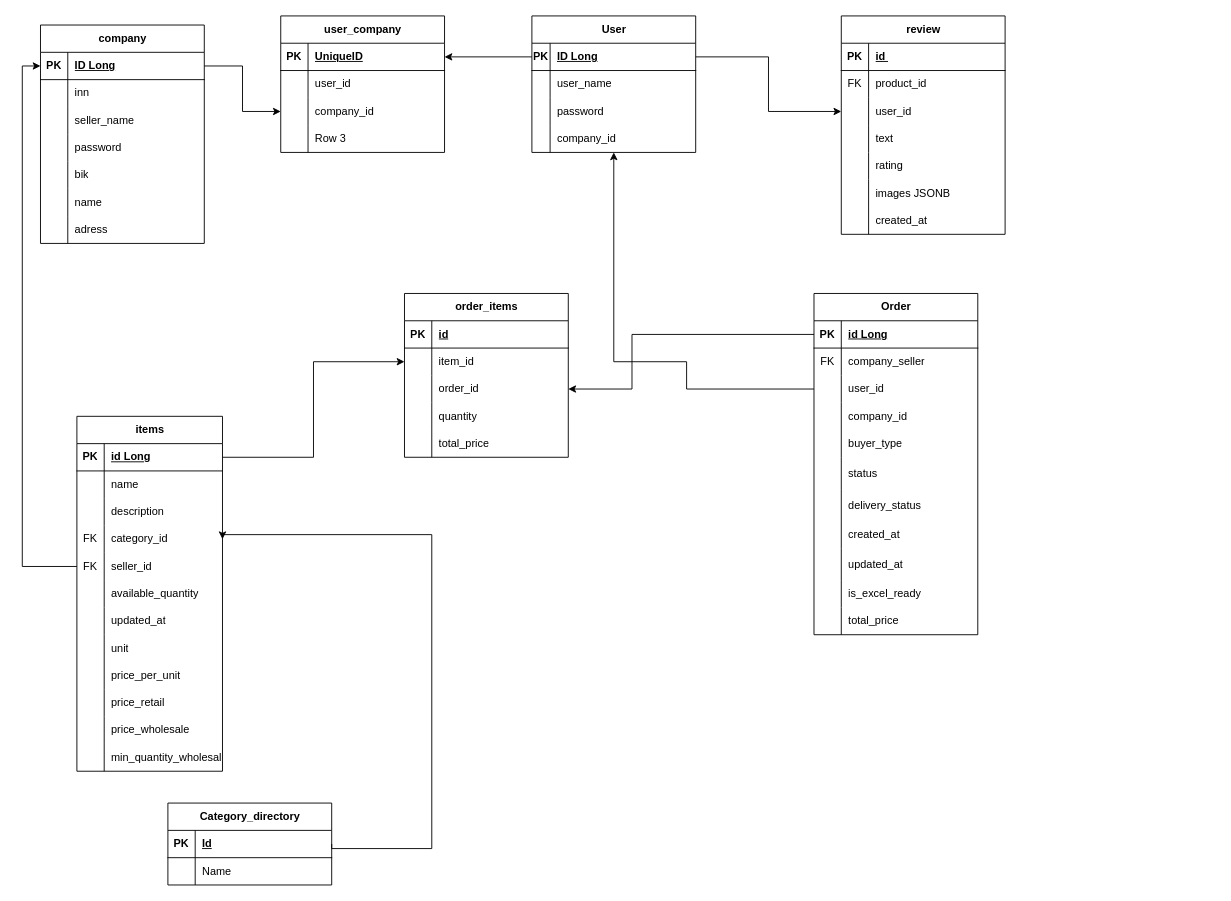
diploma-rabota/other keeps this draw.io diagram as БД.drawio. Above is the earlier version. Source tidied: cells renumbered, new cells numbered last; positions are measured from the earlier drawing's top-left corner, leaving out a move shared by most shapes. Both pictures are drawn from the tidied source at 91%, with x=0, y=0 at pixel (40, 15).
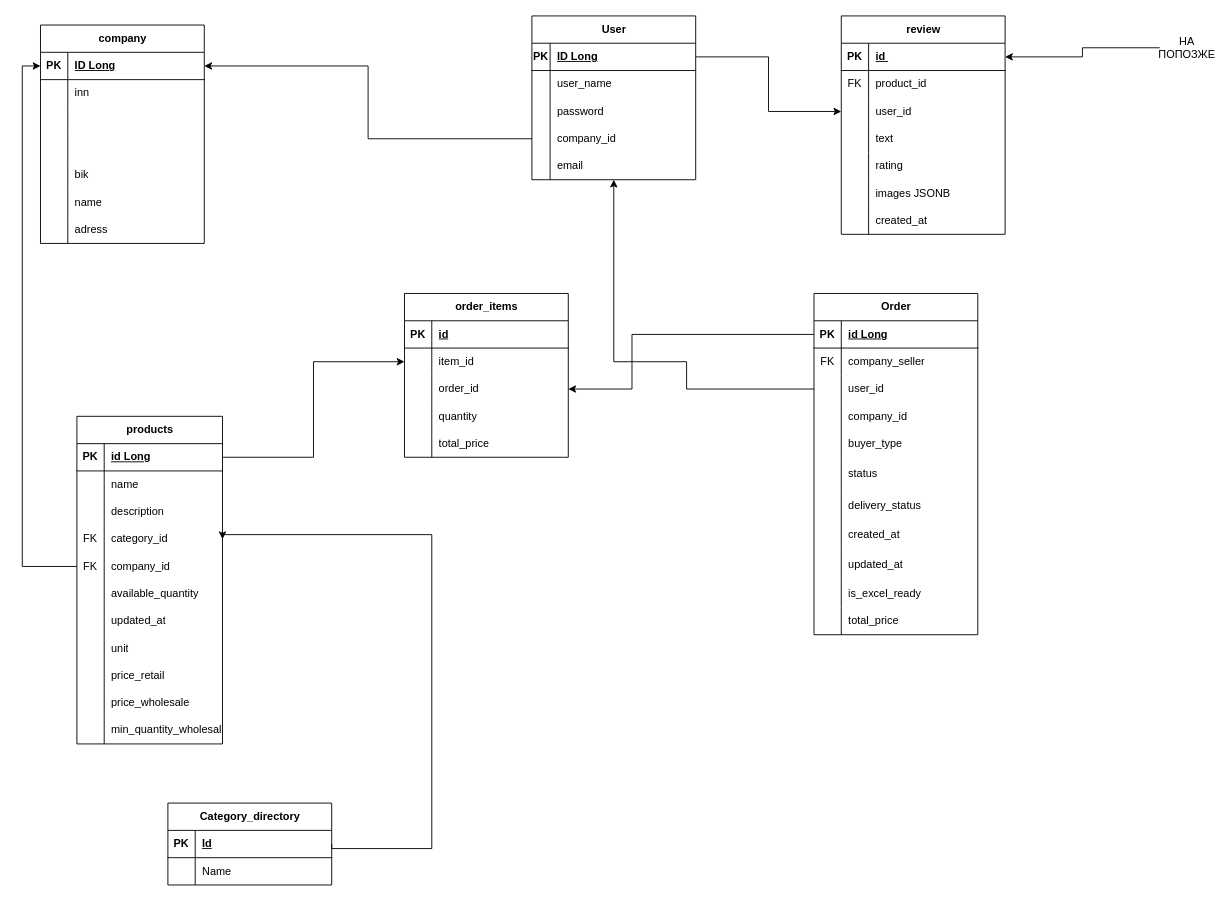
After the change.

The change refers to these unchanged cells:
```xml
<mxCell id="3" style="shape=tableRow;horizontal=0;startSize=0;swimlaneHead=0;swimlaneBody=0;fillColor=none;points=[[0,0.5],[1,0.5]];portConstraint=eastwest;top=0;left=0;right=0;bottom=1;" parent="2" vertex="1">
  <mxGeometry y="30" width="180" height="30" as="geometry" />
</mxCell>
<mxCell id="9" style="shape=tableRow;horizontal=0;startSize=0;swimlaneHead=0;swimlaneBody=0;fillColor=none;top=0;left=0;right=0;bottom=0;" parent="2" vertex="1">
  <mxGeometry y="90" width="180" height="30" as="geometry" />
</mxCell>
<mxCell id="12" style="shape=tableRow;horizontal=0;startSize=0;swimlaneHead=0;swimlaneBody=0;fillColor=none;top=0;left=0;right=0;bottom=0;" parent="2" vertex="1">
  <mxGeometry y="120" width="180" height="30" as="geometry" />
</mxCell>
<mxCell id="31" style="shape=tableRow;horizontal=0;startSize=0;swimlaneHead=0;swimlaneBody=0;fillColor=none;points=[[0,0.5],[1,0.5]];portConstraint=eastwest;top=0;left=0;right=0;bottom=0;" parent="24" vertex="1">
  <mxGeometry y="90" width="180" height="30" as="geometry" />
</mxCell>
<mxCell id="85" style="shape=tableRow;horizontal=0;startSize=0;swimlaneHead=0;swimlaneBody=0;fillColor=none;points=[[0,0.5],[1,0.5]];portConstraint=eastwest;top=0;left=0;right=0;bottom=1;" parent="84" vertex="1">
  <mxGeometry y="30" width="180" height="30" as="geometry" />
</mxCell>
<mxCell id="94" style="shape=tableRow;horizontal=0;startSize=0;swimlaneHead=0;swimlaneBody=0;fillColor=none;points=[[0,0.5],[1,0.5]];portConstraint=eastwest;top=0;left=0;right=0;bottom=0;" parent="84" vertex="1">
  <mxGeometry y="120" width="180" height="30" as="geometry" />
</mxCell>
<mxCell id="98" style="shape=tableRow;horizontal=0;startSize=0;swimlaneHead=0;swimlaneBody=0;fillColor=none;points=[[0,0.5],[1,0.5]];portConstraint=eastwest;top=0;left=0;right=0;bottom=1;" parent="97" vertex="1">
  <mxGeometry y="30" width="180" height="30" as="geometry" />
</mxCell>
<mxCell id="150" style="shape=tableRow;horizontal=0;startSize=0;swimlaneHead=0;swimlaneBody=0;fillColor=none;points=[[0,0.5],[1,0.5]];portConstraint=eastwest;top=0;left=0;right=0;bottom=0;" parent="137" vertex="1">
  <mxGeometry y="150" width="160" height="30" as="geometry" />
</mxCell>
```

The edit, as a diff of the source:
```diff
@@
-    <mxCell id="11" value="seller_name" style="shape=partialRectangle;fillColor=none;top=0;left=0;bottom=0;right=0;align=left;spacingLeft=6;overflow=hidden;whiteSpace=wrap;html=1;" parent="9" vertex="1">
+    <mxCell id="11" style="shape=partialRectangle;fillColor=none;top=0;left=0;bottom=0;right=0;align=left;spacingLeft=6;overflow=hidden;whiteSpace=wrap;html=1;" parent="9" vertex="1">
       <mxGeometry x="30" width="150" height="30" as="geometry" />
     </mxCell>
@@
-    <mxCell id="14" value="password" style="shape=partialRectangle;fillColor=none;top=0;left=0;bottom=0;right=0;align=left;spacingLeft=6;overflow=hidden;whiteSpace=wrap;html=1;" parent="12" vertex="1">
+    <mxCell id="14" style="shape=partialRectangle;fillColor=none;top=0;left=0;bottom=0;right=0;align=left;spacingLeft=6;overflow=hidden;whiteSpace=wrap;html=1;" parent="12" vertex="1">
       <mxGeometry x="30" width="150" height="30" as="geometry" />
     </mxCell>
@@
     <mxCell id="84" value="User" style="shape=table;startSize=30;childLayout=tableLayout;rowLines=0;fontStyle=1;align=center;html=1;" parent="1" vertex="1">
-      <mxGeometry x="540" width="180" height="150" as="geometry" />
+      <mxGeometry x="540" width="180" height="180" as="geometry" />
     </mxCell>
@@
+    <mxCell id="174" style="shape=tableRow;horizontal=0;startSize=0;swimlaneHead=0;swimlaneBody=0;fillColor=none;top=0;left=0;right=0;bottom=0;" parent="84" vertex="1">
+      <mxGeometry y="150" width="180" height="30" as="geometry" />
+    </mxCell>
+    <mxCell id="175" style="shape=partialRectangle;fillColor=none;top=0;left=0;bottom=0;right=0;overflow=hidden;whiteSpace=wrap;html=1;" parent="174" vertex="1">
+      <mxGeometry width="20" height="30" as="geometry" />
+    </mxCell>
+    <mxCell id="176" value="email" style="shape=partialRectangle;fillColor=none;top=0;left=0;bottom=0;right=0;align=left;spacingLeft=6;overflow=hidden;whiteSpace=wrap;html=1;" parent="174" vertex="1">
+      <mxGeometry x="20" width="160" height="30" as="geometry" />
+    </mxCell>
@@
-    <mxCell id="120" value="user_company" style="shape=table;startSize=30;childLayout=tableLayout;rowLines=0;fontStyle=1;align=center;html=1;" parent="1" vertex="1">
-      <mxGeometry x="264" width="180" height="150" as="geometry" />
-    </mxCell>
-    <mxCell id="121" style="shape=tableRow;horizontal=0;startSize=0;swimlaneHead=0;swimlaneBody=0;fillColor=none;points=[[0,0.5],[1,0.5]];portConstraint=eastwest;top=0;left=0;right=0;bottom=1;" parent="120" vertex="1">
-      <mxGeometry y="30" width="180" height="30" as="geometry" />
-    </mxCell>
-    <mxCell id="122" value="PK" style="shape=partialRectangle;fillColor=none;top=0;left=0;bottom=0;right=0;fontStyle=1;overflow=hidden;whiteSpace=wrap;html=1;" parent="121" vertex="1">
-      <mxGeometry width="30" height="30" as="geometry" />
-    </mxCell>
-    <mxCell id="123" value="UniqueID" style="shape=partialRectangle;fillColor=none;top=0;left=0;bottom=0;right=0;align=left;spacingLeft=6;fontStyle=5;overflow=hidden;whiteSpace=wrap;html=1;" parent="121" vertex="1">
-      <mxGeometry x="30" width="150" height="30" as="geometry" />
-    </mxCell>
-    <mxCell id="124" style="shape=tableRow;horizontal=0;startSize=0;swimlaneHead=0;swimlaneBody=0;fillColor=none;top=0;left=0;right=0;bottom=0;" parent="120" vertex="1">
-      <mxGeometry y="60" width="180" height="30" as="geometry" />
-    </mxCell>
-    <mxCell id="125" style="shape=partialRectangle;fillColor=none;top=0;left=0;bottom=0;right=0;overflow=hidden;whiteSpace=wrap;html=1;" parent="124" vertex="1">
-      <mxGeometry width="30" height="30" as="geometry" />
-    </mxCell>
-    <mxCell id="126" value="user_id" style="shape=partialRectangle;fillColor=none;top=0;left=0;bottom=0;right=0;align=left;spacingLeft=6;overflow=hidden;whiteSpace=wrap;html=1;" parent="124" vertex="1">
-      <mxGeometry x="30" width="150" height="30" as="geometry" />
-    </mxCell>
-    <mxCell id="127" style="shape=tableRow;horizontal=0;startSize=0;swimlaneHead=0;swimlaneBody=0;fillColor=none;points=[[0,0.5],[1,0.5]];portConstraint=eastwest;top=0;left=0;right=0;bottom=0;" parent="120" vertex="1">
-      <mxGeometry y="90" width="180" height="30" as="geometry" />
-    </mxCell>
-    <mxCell id="128" style="shape=partialRectangle;fillColor=none;top=0;left=0;bottom=0;right=0;overflow=hidden;whiteSpace=wrap;html=1;" parent="127" vertex="1">
-      <mxGeometry width="30" height="30" as="geometry" />
-    </mxCell>
-    <mxCell id="129" value="company_id" style="shape=partialRectangle;fillColor=none;top=0;left=0;bottom=0;right=0;align=left;spacingLeft=6;overflow=hidden;whiteSpace=wrap;html=1;" parent="127" vertex="1">
-      <mxGeometry x="30" width="150" height="30" as="geometry" />
-    </mxCell>
-    <mxCell id="130" style="shape=tableRow;horizontal=0;startSize=0;swimlaneHead=0;swimlaneBody=0;fillColor=none;top=0;left=0;right=0;bottom=0;" parent="120" vertex="1">
-      <mxGeometry y="120" width="180" height="30" as="geometry" />
-    </mxCell>
-    <mxCell id="131" style="shape=partialRectangle;fillColor=none;top=0;left=0;bottom=0;right=0;overflow=hidden;whiteSpace=wrap;html=1;" parent="130" vertex="1">
-      <mxGeometry width="30" height="30" as="geometry" />
-    </mxCell>
-    <mxCell id="132" value="Row 3" style="shape=partialRectangle;fillColor=none;top=0;left=0;bottom=0;right=0;align=left;spacingLeft=6;overflow=hidden;whiteSpace=wrap;html=1;" parent="130" vertex="1">
-      <mxGeometry x="30" width="150" height="30" as="geometry" />
-    </mxCell>
-    <mxCell id="133" style="edgeStyle=orthogonalEdgeStyle;rounded=0;jettySize=auto;html=1;entryX=0;entryY=0.5;entryDx=0;entryDy=0;" parent="1" edge="1" source="3" target="127">
-      <mxGeometry relative="1" as="geometry" />
-    </mxCell>
-    <mxCell id="134" style="edgeStyle=orthogonalEdgeStyle;rounded=0;jettySize=auto;html=1;entryX=1;entryY=0.5;entryDx=0;entryDy=0;" parent="1" edge="1" source="85" target="121">
-      <mxGeometry relative="1" as="geometry" />
-    </mxCell>
-    <mxCell id="135" style="edgeStyle=orthogonalEdgeStyle;rounded=0;jettySize=auto;html=1;entryX=0.5;entryY=1;entryDx=0;entryDy=0;entryPerimeter=0;" parent="1" edge="1" source="31" target="94">
+    <mxCell id="135" style="edgeStyle=orthogonalEdgeStyle;rounded=0;jettySize=auto;html=1;" parent="1" edge="1" source="31">
       <mxGeometry relative="1" as="geometry">
+        <mxPoint x="630" y="180" as="targetPoint" />
         <Array as="points">
           <mxPoint x="710" y="410" />
           <mxPoint x="710" y="380" />
           <mxPoint x="630" y="380" />
         </Array>
       </mxGeometry>
     </mxCell>
@@
-    <mxCell id="137" value="items" style="shape=table;startSize=30;childLayout=tableLayout;rowLines=0;fontStyle=1;align=center;html=1;" parent="1" vertex="1">
-      <mxGeometry x="40" y="440" width="160" height="390" as="geometry" />
+    <mxCell id="137" value="products" style="shape=table;startSize=30;childLayout=tableLayout;rowLines=0;fontStyle=1;align=center;html=1;" parent="1" vertex="1">
+      <mxGeometry x="40" y="440" width="160" height="360" as="geometry" />
     </mxCell>
@@
-    <mxCell id="152" value="seller_id" style="shape=partialRectangle;fillColor=none;top=0;left=0;bottom=0;right=0;align=left;spacingLeft=6;overflow=hidden;whiteSpace=wrap;html=1;" parent="150" vertex="1">
+    <mxCell id="152" value="company_id" style="shape=partialRectangle;fillColor=none;top=0;left=0;bottom=0;right=0;align=left;spacingLeft=6;overflow=hidden;whiteSpace=wrap;html=1;" parent="150" vertex="1">
       <mxGeometry x="30" width="130" height="30" as="geometry" />
     </mxCell>
@@
-    <mxCell id="162" style="shape=tableRow;horizontal=0;startSize=0;swimlaneHead=0;swimlaneBody=0;fillColor=none;top=0;left=0;right=0;bottom=0;" parent="137" vertex="1">
-      <mxGeometry y="270" width="160" height="30" as="geometry" />
-    </mxCell>
-    <mxCell id="163" style="shape=partialRectangle;fillColor=none;top=0;left=0;bottom=0;right=0;overflow=hidden;whiteSpace=wrap;html=1;" parent="162" vertex="1">
-      <mxGeometry width="30" height="30" as="geometry" />
-    </mxCell>
-    <mxCell id="164" value="price_per_unit" style="shape=partialRectangle;fillColor=none;top=0;left=0;bottom=0;right=0;align=left;spacingLeft=6;overflow=hidden;whiteSpace=wrap;html=1;" parent="162" vertex="1">
-      <mxGeometry x="30" width="130" height="30" as="geometry" />
-    </mxCell>
     <mxCell id="165" style="shape=tableRow;horizontal=0;startSize=0;swimlaneHead=0;swimlaneBody=0;fillColor=none;top=0;left=0;right=0;bottom=0;" parent="137" vertex="1">
-      <mxGeometry y="300" width="160" height="30" as="geometry" />
+      <mxGeometry y="270" width="160" height="30" as="geometry" />
     </mxCell>
@@
     <mxCell id="168" style="shape=tableRow;horizontal=0;startSize=0;swimlaneHead=0;swimlaneBody=0;fillColor=none;top=0;left=0;right=0;bottom=0;" parent="137" vertex="1">
-      <mxGeometry y="330" width="160" height="30" as="geometry" />
+      <mxGeometry y="300" width="160" height="30" as="geometry" />
     </mxCell>
@@
     <mxCell id="171" style="shape=tableRow;horizontal=0;startSize=0;swimlaneHead=0;swimlaneBody=0;fillColor=none;top=0;left=0;right=0;bottom=0;" parent="137" vertex="1">
-      <mxGeometry y="360" width="160" height="30" as="geometry" />
+      <mxGeometry y="330" width="160" height="30" as="geometry" />
     </mxCell>
@@
+    <mxCell id="177" style="edgeStyle=orthogonalEdgeStyle;rounded=0;jettySize=auto;html=1;" parent="1" edge="1" source="94" target="3">
+      <mxGeometry relative="1" as="geometry" />
+    </mxCell>
+    <mxCell id="178" style="edgeStyle=orthogonalEdgeStyle;rounded=0;jettySize=auto;html=1;" parent="1" edge="1" source="179" target="98">
+      <mxGeometry relative="1" as="geometry" />
+    </mxCell>
+    <mxCell id="179" value="НА ПОПОЗЖЕ" style="text;html=1;whiteSpace=wrap;strokeColor=none;fillColor=none;align=center;verticalAlign=middle;rounded=0;" parent="1" vertex="1">
+      <mxGeometry x="1230" y="20" width="60" height="30" as="geometry" />
+    </mxCell>
```
